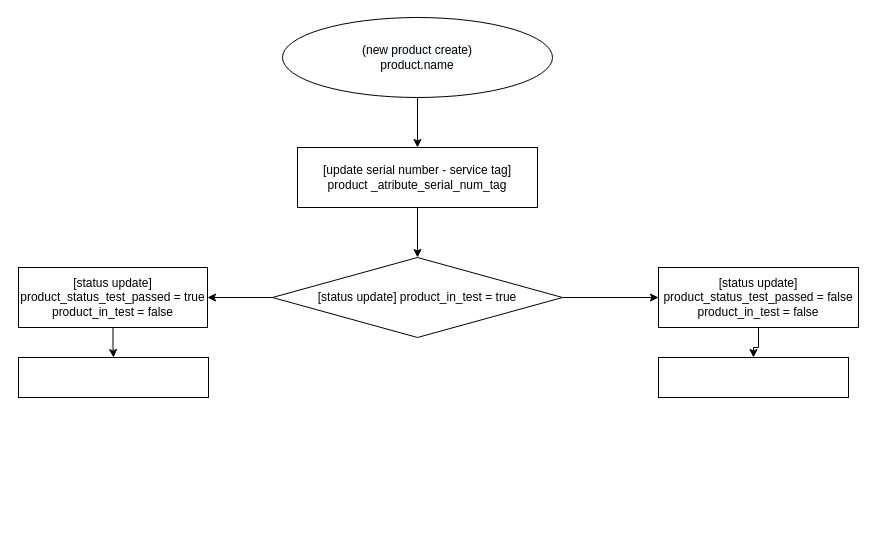
Before: kiểm tra sản phẩm nhập trước khi nhập kho bán hàng.drawio in Norris1qn/sieutoc_import_product_exam, a draw.io diagram. Source tidied: cells renumbered, new cells numbered last; positions are measured from the earlier drawing's top-left corner, leaving out a move shared by most shapes. Both pictures are drawn from the tidied source at 100%, with x=0, y=0 at pixel (18, 17).
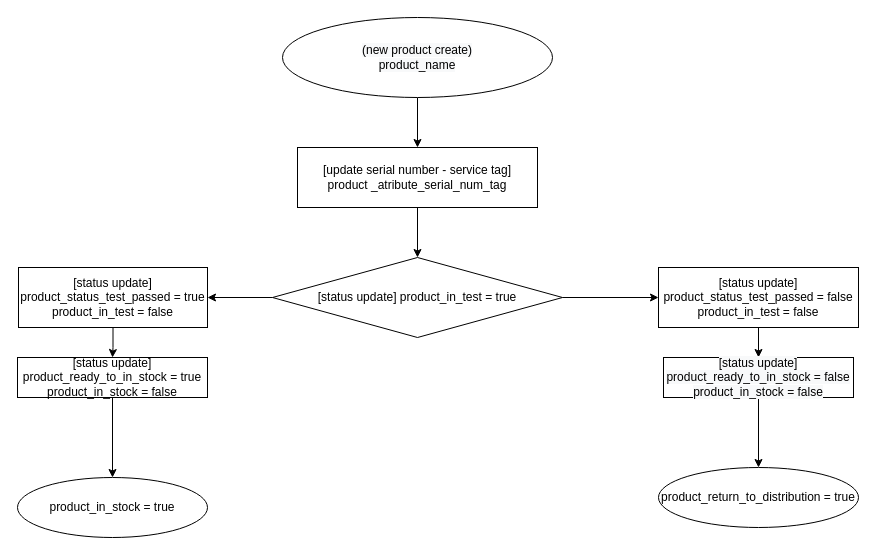
After the change.

What changed in the source:
```diff
@@
 <mxGraphModel>
   <root>
     <mxCell id="0" />
     <mxCell id="1" parent="0" />
     <mxCell id="2" style="edgeStyle=orthogonalEdgeStyle;rounded=0;jettySize=auto;html=1;" parent="1" edge="1" source="3" target="6">
       <mxGeometry relative="1" as="geometry" />
     </mxCell>
     <mxCell id="3" value="[update serial number - service tag]&lt;br&gt;product _atribute_serial_num_tag" style="rounded=0;whiteSpace=wrap;html=1;" parent="1" vertex="1">
       <mxGeometry x="279" y="130" width="240" height="60" as="geometry" />
     </mxCell>
     <mxCell id="4" style="edgeStyle=orthogonalEdgeStyle;rounded=0;jettySize=auto;html=1;" parent="1" edge="1" source="6" target="8">
       <mxGeometry relative="1" as="geometry" />
     </mxCell>
     <mxCell id="5" style="edgeStyle=orthogonalEdgeStyle;rounded=0;jettySize=auto;html=1;" parent="1" edge="1" source="6" target="13">
       <mxGeometry relative="1" as="geometry" />
     </mxCell>
     <mxCell id="6" value="[status update] product_in_test = true" style="rhombus;whiteSpace=wrap;html=1;" parent="1" vertex="1">
       <mxGeometry x="254" y="240" width="290" height="80" as="geometry" />
     </mxCell>
     <mxCell id="7" style="edgeStyle=orthogonalEdgeStyle;rounded=0;jettySize=auto;html=1;" parent="1" edge="1" source="8" target="9">
       <mxGeometry relative="1" as="geometry" />
     </mxCell>
     <mxCell id="8" value="[status update] product_status_test_passed = true&lt;br&gt;product_in_test = false" style="rounded=0;whiteSpace=wrap;html=1;" parent="1" vertex="1">
       <mxGeometry y="250" width="189" height="60" as="geometry" />
     </mxCell>
+    <mxCell id="15" style="edgeStyle=orthogonalEdgeStyle;rounded=0;jettySize=auto;html=1;" parent="1" edge="1" source="9" target="17">
+      <mxGeometry relative="1" as="geometry" />
+    </mxCell>
-    <mxCell id="9" style="rounded=0;whiteSpace=wrap;html=1;" parent="1" vertex="1">
-      <mxGeometry y="340" width="190" height="40" as="geometry" />
+    <mxCell id="9" value="[status update]&lt;br&gt;product_ready_to_in_stock = true&lt;br&gt;product_in_stock = false" style="rounded=0;whiteSpace=wrap;html=1;" parent="1" vertex="1">
+      <mxGeometry x="-1" y="340" width="190" height="40" as="geometry" />
     </mxCell>
     <mxCell id="10" style="edgeStyle=orthogonalEdgeStyle;rounded=0;jettySize=auto;html=1;" parent="1" edge="1" source="11" target="3">
       <mxGeometry relative="1" as="geometry" />
     </mxCell>
-    <mxCell id="11" value="&lt;span style=&quot;color: rgb(0, 0, 0); font-family: Helvetica; font-size: 12px; font-style: normal; font-variant-ligatures: normal; font-variant-caps: normal; font-weight: 400; letter-spacing: normal; orphans: 2; text-align: center; text-indent: 0px; text-transform: none; widows: 2; word-spacing: 0px; -webkit-text-stroke-width: 0px; background-color: rgb(248, 249, 250); text-decoration-thickness: initial; text-decoration-style: initial; text-decoration-color: initial; float: none; display: inline !important;&quot;&gt;(new product create)&lt;/span&gt;&lt;br style=&quot;color: rgb(0, 0, 0); font-family: Helvetica; font-size: 12px; font-style: normal; font-variant-ligatures: normal; font-variant-caps: normal; font-weight: 400; letter-spacing: normal; orphans: 2; text-align: center; text-indent: 0px; text-transform: none; widows: 2; word-spacing: 0px; -webkit-text-stroke-width: 0px; background-color: rgb(248, 249, 250); text-decoration-thickness: initial; text-decoration-style: initial; text-decoration-color: initial;&quot;&gt;&lt;span style=&quot;color: rgb(0, 0, 0); font-family: Helvetica; font-size: 12px; font-style: normal; font-variant-ligatures: normal; font-variant-caps: normal; font-weight: 400; letter-spacing: normal; orphans: 2; text-align: center; text-indent: 0px; text-transform: none; widows: 2; word-spacing: 0px; -webkit-text-stroke-width: 0px; background-color: rgb(248, 249, 250); text-decoration-thickness: initial; text-decoration-style: initial; text-decoration-color: initial; float: none; display: inline !important;&quot;&gt;product.name&lt;/span&gt;" style="ellipse;whiteSpace=wrap;html=1;rounded=0;" parent="1" vertex="1">
+    <mxCell id="11" value="&lt;span style=&quot;color: rgb(0, 0, 0); font-family: Helvetica; font-size: 12px; font-style: normal; font-variant-ligatures: normal; font-variant-caps: normal; font-weight: 400; letter-spacing: normal; orphans: 2; text-align: center; text-indent: 0px; text-transform: none; widows: 2; word-spacing: 0px; -webkit-text-stroke-width: 0px; background-color: rgb(248, 249, 250); text-decoration-thickness: initial; text-decoration-style: initial; text-decoration-color: initial; float: none; display: inline !important;&quot;&gt;(new product create)&lt;/span&gt;&lt;br style=&quot;color: rgb(0, 0, 0); font-family: Helvetica; font-size: 12px; font-style: normal; font-variant-ligatures: normal; font-variant-caps: normal; font-weight: 400; letter-spacing: normal; orphans: 2; text-align: center; text-indent: 0px; text-transform: none; widows: 2; word-spacing: 0px; -webkit-text-stroke-width: 0px; background-color: rgb(248, 249, 250); text-decoration-thickness: initial; text-decoration-style: initial; text-decoration-color: initial;&quot;&gt;&lt;span style=&quot;color: rgb(0, 0, 0); font-family: Helvetica; font-size: 12px; font-style: normal; font-variant-ligatures: normal; font-variant-caps: normal; font-weight: 400; letter-spacing: normal; orphans: 2; text-align: center; text-indent: 0px; text-transform: none; widows: 2; word-spacing: 0px; -webkit-text-stroke-width: 0px; background-color: rgb(248, 249, 250); text-decoration-thickness: initial; text-decoration-style: initial; text-decoration-color: initial; float: none; display: inline !important;&quot;&gt;product_name&lt;/span&gt;" style="ellipse;whiteSpace=wrap;html=1;rounded=0;" parent="1" vertex="1">
       <mxGeometry x="264" width="270" height="80" as="geometry" />
     </mxCell>
     <mxCell id="12" style="edgeStyle=orthogonalEdgeStyle;rounded=0;jettySize=auto;html=1;" parent="1" edge="1" source="13" target="14">
       <mxGeometry relative="1" as="geometry" />
     </mxCell>
     <mxCell id="13" value="[status update] product_status_test_passed = false&lt;br&gt;product_in_test = false" style="rounded=0;whiteSpace=wrap;html=1;" parent="1" vertex="1">
       <mxGeometry x="640" y="250" width="200" height="60" as="geometry" />
     </mxCell>
+    <mxCell id="16" style="edgeStyle=orthogonalEdgeStyle;rounded=0;jettySize=auto;html=1;" parent="1" edge="1" source="14" target="18">
+      <mxGeometry relative="1" as="geometry" />
+    </mxCell>
-    <mxCell id="14" style="rounded=0;whiteSpace=wrap;html=1;" parent="1" vertex="1">
-      <mxGeometry x="640" y="340" width="190" height="40" as="geometry" />
+    <mxCell id="14" value="&lt;span style=&quot;color: rgb(0, 0, 0); font-family: Helvetica; font-size: 12px; font-style: normal; font-variant-ligatures: normal; font-variant-caps: normal; font-weight: 400; letter-spacing: normal; orphans: 2; text-align: center; text-indent: 0px; text-transform: none; widows: 2; word-spacing: 0px; -webkit-text-stroke-width: 0px; background-color: rgb(248, 249, 250); text-decoration-thickness: initial; text-decoration-style: initial; text-decoration-color: initial; float: none; display: inline !important;&quot;&gt;[status update]&lt;/span&gt;&lt;br style=&quot;color: rgb(0, 0, 0); font-family: Helvetica; font-size: 12px; font-style: normal; font-variant-ligatures: normal; font-variant-caps: normal; font-weight: 400; letter-spacing: normal; orphans: 2; text-align: center; text-indent: 0px; text-transform: none; widows: 2; word-spacing: 0px; -webkit-text-stroke-width: 0px; background-color: rgb(248, 249, 250); text-decoration-thickness: initial; text-decoration-style: initial; text-decoration-color: initial;&quot;&gt;&lt;span style=&quot;color: rgb(0, 0, 0); font-family: Helvetica; font-size: 12px; font-style: normal; font-variant-ligatures: normal; font-variant-caps: normal; font-weight: 400; letter-spacing: normal; orphans: 2; text-align: center; text-indent: 0px; text-transform: none; widows: 2; word-spacing: 0px; -webkit-text-stroke-width: 0px; background-color: rgb(248, 249, 250); text-decoration-thickness: initial; text-decoration-style: initial; text-decoration-color: initial; float: none; display: inline !important;&quot;&gt;product_ready_to_in_stock = false&lt;br&gt;product_in_stock = false&lt;br&gt;&lt;/span&gt;" style="rounded=0;whiteSpace=wrap;html=1;" parent="1" vertex="1">
+      <mxGeometry x="645" y="340" width="190" height="40" as="geometry" />
     </mxCell>
+    <mxCell id="17" value="product_in_stock = true" style="ellipse;whiteSpace=wrap;html=1;rounded=0;" parent="1" vertex="1">
+      <mxGeometry x="-1" y="460" width="190" height="60" as="geometry" />
+    </mxCell>
+    <mxCell id="18" value="product_return_to_distribution = true" style="ellipse;whiteSpace=wrap;html=1;rounded=0;" parent="1" vertex="1">
+      <mxGeometry x="640" y="450" width="200" height="60" as="geometry" />
+    </mxCell>
   </root>
 </mxGraphModel>
```
